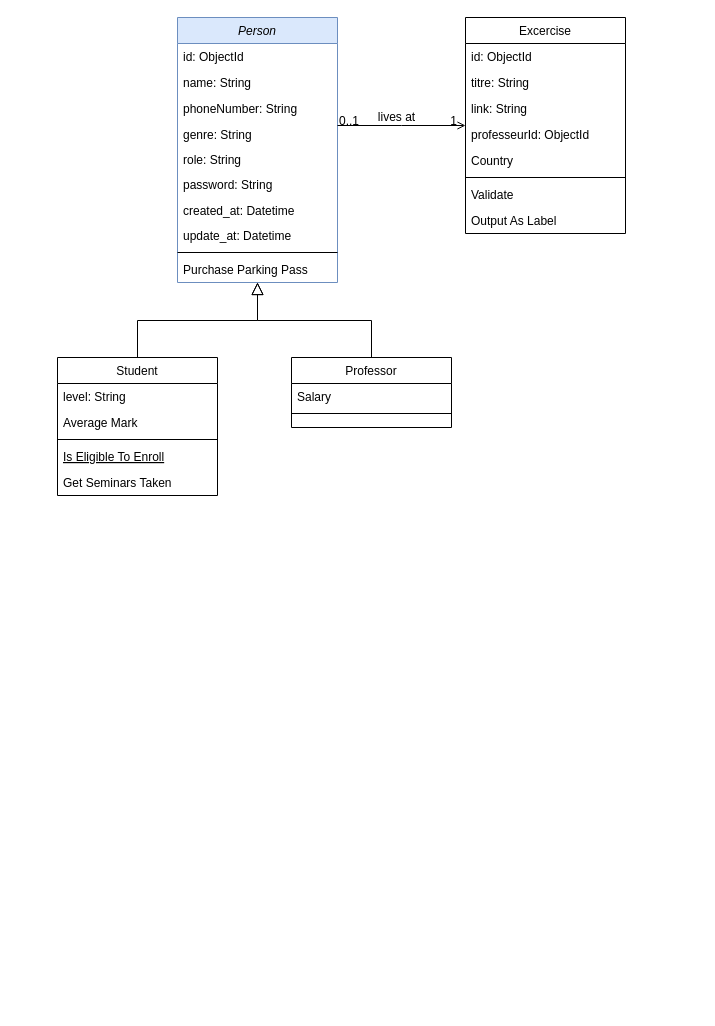
Earlier version of the draw.io diagram plateforme_de_correction(MI).drawio (SSDM2/ESP_DBEval). Source tidied: cells renumbered, new cells numbered last; positions are measured from the earlier drawing's top-left corner, leaving out a move shared by most shapes. Both pictures are drawn from the tidied source at 100%, with x=0, y=0 at pixel (57, 17).
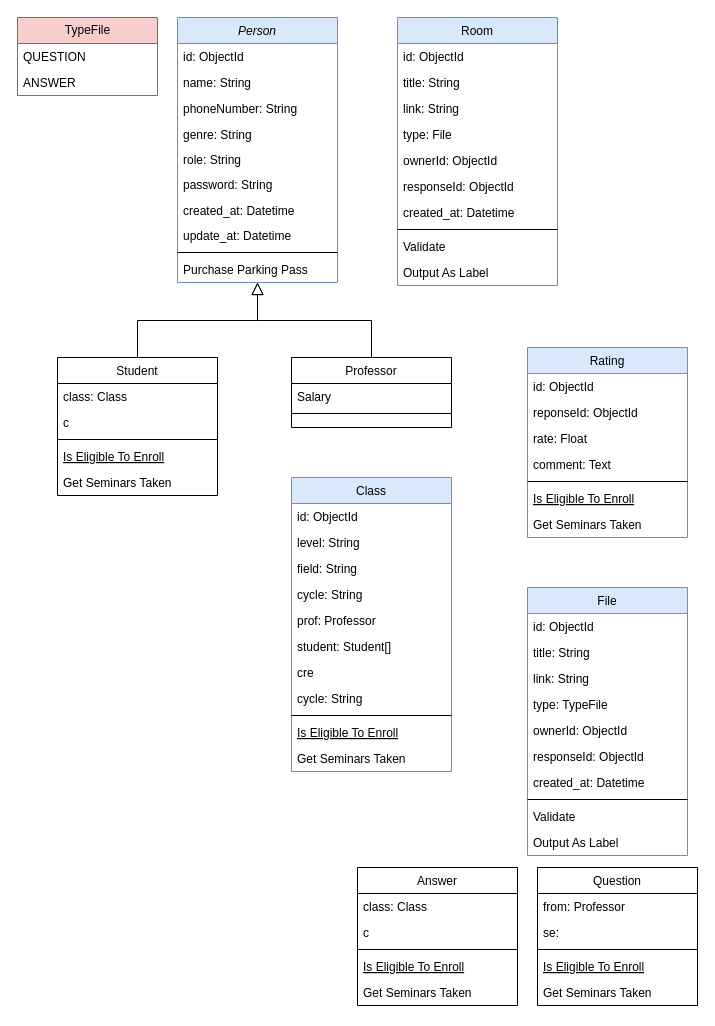
The same diagram, later.

Commit message:
Mettre à jour plateforme_de_correction(MI).drawio

Unchanged cells that the change refers to:
```xml
<mxCell id="2" value="Person" style="swimlane;fontStyle=2;align=center;verticalAlign=top;horizontal=1;startSize=26;rounded=0;shadow=0;strokeWidth=1;fillColor=#dae8fc;strokeColor=#6c8ebf;" parent="1" vertex="1">
  <mxGeometry x="120" width="160" height="265" as="geometry" />
</mxCell>
<mxCell id="13" value="Student" style="swimlane;fontStyle=0;align=center;verticalAlign=top;horizontal=1;startSize=26;rounded=0;shadow=0;strokeWidth=1;" parent="1" vertex="1">
  <mxGeometry y="340" width="160" height="138" as="geometry" />
</mxCell>
```

What changed in the source:
```diff
@@
-    <mxCell id="14" value="level: String" style="text;align=left;verticalAlign=top;spacingLeft=4;spacingRight=4;overflow=hidden;" parent="13" vertex="1">
+    <mxCell id="14" value="class: Class" style="text;align=left;verticalAlign=top;spacingLeft=4;spacingRight=4;overflow=hidden;" parent="13" vertex="1">
       <mxGeometry y="26" width="160" height="26" as="geometry" />
     </mxCell>
-    <mxCell id="15" value="Average Mark" style="text;align=left;verticalAlign=top;spacingLeft=4;spacingRight=4;overflow=hidden;rounded=0;shadow=0;html=0;" parent="13" vertex="1">
+    <mxCell id="15" value="c" style="text;align=left;verticalAlign=top;spacingLeft=4;spacingRight=4;overflow=hidden;rounded=0;shadow=0;html=0;" parent="13" vertex="1">
       <mxGeometry y="52" width="160" height="26" as="geometry" />
     </mxCell>
@@
-    <mxCell id="24" value="Excercise" style="swimlane;fontStyle=0;align=center;verticalAlign=top;horizontal=1;startSize=26;rounded=0;shadow=0;strokeWidth=1;" parent="1" vertex="1">
-      <mxGeometry x="408" width="160" height="216" as="geometry" />
+    <mxCell id="24" value="Room" style="swimlane;fontStyle=0;align=center;verticalAlign=top;horizontal=1;startSize=26;rounded=0;shadow=0;strokeWidth=1;fillColor=#dae8fc;strokeColor=#6c8ebf;" parent="1" vertex="1">
+      <mxGeometry x="340" width="160" height="268" as="geometry" />
     </mxCell>
@@
-    <mxCell id="26" value="titre: String" style="text;align=left;verticalAlign=top;spacingLeft=4;spacingRight=4;overflow=hidden;rounded=0;shadow=0;html=0;" parent="24" vertex="1">
+    <mxCell id="26" value="title: String" style="text;align=left;verticalAlign=top;spacingLeft=4;spacingRight=4;overflow=hidden;rounded=0;shadow=0;html=0;" parent="24" vertex="1">
       <mxGeometry y="52" width="160" height="26" as="geometry" />
     </mxCell>
@@
-    <mxCell id="28" value="professeurId: ObjectId" style="text;align=left;verticalAlign=top;spacingLeft=4;spacingRight=4;overflow=hidden;rounded=0;shadow=0;html=0;" parent="24" vertex="1">
+    <mxCell id="28" value="type: File" style="text;align=left;verticalAlign=top;spacingLeft=4;spacingRight=4;overflow=hidden;rounded=0;shadow=0;html=0;" parent="24" vertex="1">
       <mxGeometry y="104" width="160" height="26" as="geometry" />
     </mxCell>
+    <mxCell id="37" value="ownerId: ObjectId" style="text;align=left;verticalAlign=top;spacingLeft=4;spacingRight=4;overflow=hidden;rounded=0;shadow=0;html=0;" parent="24" vertex="1">
+      <mxGeometry y="130" width="160" height="26" as="geometry" />
+    </mxCell>
+    <mxCell id="38" value="responseId: ObjectId" style="text;align=left;verticalAlign=top;spacingLeft=4;spacingRight=4;overflow=hidden;rounded=0;shadow=0;html=0;" parent="24" vertex="1">
+      <mxGeometry y="156" width="160" height="26" as="geometry" />
+    </mxCell>
-    <mxCell id="29" value="Country" style="text;align=left;verticalAlign=top;spacingLeft=4;spacingRight=4;overflow=hidden;rounded=0;shadow=0;html=0;" parent="24" vertex="1">
-      <mxGeometry y="130" width="160" height="26" as="geometry" />
+    <mxCell id="29" value="created_at: Datetime" style="text;align=left;verticalAlign=top;spacingLeft=4;spacingRight=4;overflow=hidden;rounded=0;shadow=0;html=0;" parent="24" vertex="1">
+      <mxGeometry y="182" width="160" height="26" as="geometry" />
     </mxCell>
     <mxCell id="30" style="line;html=1;strokeWidth=1;align=left;verticalAlign=middle;spacingTop=-1;spacingLeft=3;spacingRight=3;labelPosition=right;" parent="24" vertex="1">
-      <mxGeometry y="156" width="160" height="8" as="geometry" />
+      <mxGeometry y="208" width="160" height="8" as="geometry" />
     </mxCell>
     <mxCell id="31" value="Validate" style="text;align=left;verticalAlign=top;spacingLeft=4;spacingRight=4;overflow=hidden;" parent="24" vertex="1">
-      <mxGeometry y="164" width="160" height="26" as="geometry" />
+      <mxGeometry y="216" width="160" height="26" as="geometry" />
     </mxCell>
     <mxCell id="32" value="Output As Label" style="text;align=left;verticalAlign=top;spacingLeft=4;spacingRight=4;overflow=hidden;" parent="24" vertex="1">
-      <mxGeometry y="190" width="160" height="26" as="geometry" />
+      <mxGeometry y="242" width="160" height="26" as="geometry" />
     </mxCell>
-    <mxCell id="33" style="endArrow=open;shadow=0;strokeWidth=1;rounded=0;curved=0;endFill=1;edgeStyle=elbowEdgeStyle;elbow=vertical;" parent="1" edge="1" source="2" target="24">
-      <mxGeometry x="0.5" y="41" relative="1" as="geometry">
-        <mxPoint x="-40" y="32" as="offset" />
-      </mxGeometry>
-    </mxCell>
-    <mxCell id="34" value="0..1" style="align=left;verticalAlign=bottom;labelBackgroundColor=none;fontSize=12;" parent="33" vertex="1">
-      <mxGeometry x="-1" relative="1" as="geometry">
-        <mxPoint y="4" as="offset" />
-      </mxGeometry>
-    </mxCell>
-    <mxCell id="35" value="1" style="align=right;verticalAlign=bottom;labelBackgroundColor=none;fontSize=12;" parent="33" vertex="1">
-      <mxGeometry x="1" relative="1" as="geometry">
-        <mxPoint x="-7" y="4" as="offset" />
-      </mxGeometry>
-    </mxCell>
-    <mxCell id="36" value="lives at" style="text;html=1;align=center;verticalAlign=middle;labelBackgroundColor=none;rounded=0;shadow=0;strokeWidth=1;fontSize=12;" parent="33" vertex="1">
-      <mxGeometry x="0.5" y="49" relative="1" as="geometry">
-        <mxPoint x="-38" y="40" as="offset" />
-      </mxGeometry>
-    </mxCell>
+    <mxCell id="39" value="TypeFile" style="swimlane;fontStyle=0;horizontal=1;startSize=26;fillColor=#f8cecc;html=1;strokeColor=#b85450;" parent="1" vertex="1">
+      <mxGeometry x="-40" width="140" height="78" as="geometry" />
+    </mxCell>
+    <mxCell id="40" value="QUESTION" style="text;strokeColor=none;fillColor=none;align=left;verticalAlign=top;spacingLeft=4;spacingRight=4;overflow=hidden;whiteSpace=wrap;html=1;" parent="39" vertex="1">
+      <mxGeometry y="26" width="140" height="26" as="geometry" />
+    </mxCell>
+    <mxCell id="41" value="ANSWER" style="text;strokeColor=none;fillColor=none;align=left;verticalAlign=top;spacingLeft=4;spacingRight=4;overflow=hidden;whiteSpace=wrap;html=1;" parent="39" vertex="1">
+      <mxGeometry y="52" width="140" height="26" as="geometry" />
+    </mxCell>
+    <mxCell id="42" value="Rating" style="swimlane;fontStyle=0;align=center;verticalAlign=top;horizontal=1;startSize=26;rounded=0;shadow=0;strokeWidth=1;fillColor=#dae8fc;strokeColor=#6c8ebf;" parent="1" vertex="1">
+      <mxGeometry x="470" y="330" width="160" height="190" as="geometry" />
+    </mxCell>
+    <mxCell id="43" value="id: ObjectId" style="text;align=left;verticalAlign=top;spacingLeft=4;spacingRight=4;overflow=hidden;" parent="42" vertex="1">
+      <mxGeometry y="26" width="160" height="26" as="geometry" />
+    </mxCell>
+    <mxCell id="44" value="reponseId: ObjectId" style="text;align=left;verticalAlign=top;spacingLeft=4;spacingRight=4;overflow=hidden;rounded=0;shadow=0;html=0;" parent="42" vertex="1">
+      <mxGeometry y="52" width="160" height="26" as="geometry" />
+    </mxCell>
+    <mxCell id="45" value="rate: Float" style="text;align=left;verticalAlign=top;spacingLeft=4;spacingRight=4;overflow=hidden;" parent="42" vertex="1">
+      <mxGeometry y="78" width="160" height="26" as="geometry" />
+    </mxCell>
+    <mxCell id="46" value="comment: Text" style="text;align=left;verticalAlign=top;spacingLeft=4;spacingRight=4;overflow=hidden;rounded=0;shadow=0;html=0;" parent="42" vertex="1">
+      <mxGeometry y="104" width="160" height="26" as="geometry" />
+    </mxCell>
+    <mxCell id="47" style="line;html=1;strokeWidth=1;align=left;verticalAlign=middle;spacingTop=-1;spacingLeft=3;spacingRight=3;labelPosition=right;" parent="42" vertex="1">
+      <mxGeometry y="130" width="160" height="8" as="geometry" />
+    </mxCell>
+    <mxCell id="48" value="Is Eligible To Enroll" style="text;align=left;verticalAlign=top;spacingLeft=4;spacingRight=4;overflow=hidden;fontStyle=4;" parent="42" vertex="1">
+      <mxGeometry y="138" width="160" height="26" as="geometry" />
+    </mxCell>
+    <mxCell id="49" value="Get Seminars Taken" style="text;align=left;verticalAlign=top;spacingLeft=4;spacingRight=4;overflow=hidden;" parent="42" vertex="1">
+      <mxGeometry y="164" width="160" height="26" as="geometry" />
+    </mxCell>
+    <mxCell id="50" value="Class" style="swimlane;fontStyle=0;align=center;verticalAlign=top;horizontal=1;startSize=26;rounded=0;shadow=0;strokeWidth=1;fillColor=#dae8fc;strokeColor=#6c8ebf;" parent="1" vertex="1">
+      <mxGeometry x="234" y="460" width="160" height="294" as="geometry" />
+    </mxCell>
+    <mxCell id="51" value="id: ObjectId" style="text;align=left;verticalAlign=top;spacingLeft=4;spacingRight=4;overflow=hidden;" parent="50" vertex="1">
+      <mxGeometry y="26" width="160" height="26" as="geometry" />
+    </mxCell>
+    <mxCell id="52" value="level: String" style="text;align=left;verticalAlign=top;spacingLeft=4;spacingRight=4;overflow=hidden;" parent="50" vertex="1">
+      <mxGeometry y="52" width="160" height="26" as="geometry" />
+    </mxCell>
+    <mxCell id="53" value="field: String" style="text;align=left;verticalAlign=top;spacingLeft=4;spacingRight=4;overflow=hidden;" parent="50" vertex="1">
+      <mxGeometry y="78" width="160" height="26" as="geometry" />
+    </mxCell>
+    <mxCell id="54" value="cycle: String" style="text;align=left;verticalAlign=top;spacingLeft=4;spacingRight=4;overflow=hidden;rounded=0;shadow=0;html=0;" parent="50" vertex="1">
+      <mxGeometry y="104" width="160" height="26" as="geometry" />
+    </mxCell>
+    <mxCell id="55" value="prof: Professor" style="text;align=left;verticalAlign=top;spacingLeft=4;spacingRight=4;overflow=hidden;" parent="50" vertex="1">
+      <mxGeometry y="130" width="160" height="26" as="geometry" />
+    </mxCell>
+    <mxCell id="56" value="student: Student[]" style="text;align=left;verticalAlign=top;spacingLeft=4;spacingRight=4;overflow=hidden;" parent="50" vertex="1">
+      <mxGeometry y="156" width="160" height="26" as="geometry" />
+    </mxCell>
+    <mxCell id="57" value="cre" style="text;align=left;verticalAlign=top;spacingLeft=4;spacingRight=4;overflow=hidden;" parent="50" vertex="1">
+      <mxGeometry y="182" width="160" height="26" as="geometry" />
+    </mxCell>
+    <mxCell id="58" value="cycle: String" style="text;align=left;verticalAlign=top;spacingLeft=4;spacingRight=4;overflow=hidden;rounded=0;shadow=0;html=0;" parent="50" vertex="1">
+      <mxGeometry y="208" width="160" height="26" as="geometry" />
+    </mxCell>
+    <mxCell id="59" style="line;html=1;strokeWidth=1;align=left;verticalAlign=middle;spacingTop=-1;spacingLeft=3;spacingRight=3;labelPosition=right;" parent="50" vertex="1">
+      <mxGeometry y="234" width="160" height="8" as="geometry" />
+    </mxCell>
+    <mxCell id="60" value="Is Eligible To Enroll" style="text;align=left;verticalAlign=top;spacingLeft=4;spacingRight=4;overflow=hidden;fontStyle=4;" parent="50" vertex="1">
+      <mxGeometry y="242" width="160" height="26" as="geometry" />
+    </mxCell>
+    <mxCell id="61" value="Get Seminars Taken" style="text;align=left;verticalAlign=top;spacingLeft=4;spacingRight=4;overflow=hidden;" parent="50" vertex="1">
+      <mxGeometry y="268" width="160" height="26" as="geometry" />
+    </mxCell>
+    <mxCell id="62" value="File" style="swimlane;fontStyle=0;align=center;verticalAlign=top;horizontal=1;startSize=26;rounded=0;shadow=0;strokeWidth=1;fillColor=#dae8fc;strokeColor=#6c8ebf;" parent="1" vertex="1">
+      <mxGeometry x="470" y="570" width="160" height="268" as="geometry" />
+    </mxCell>
+    <mxCell id="63" value="id: ObjectId" style="text;align=left;verticalAlign=top;spacingLeft=4;spacingRight=4;overflow=hidden;" parent="62" vertex="1">
+      <mxGeometry y="26" width="160" height="26" as="geometry" />
+    </mxCell>
+    <mxCell id="64" value="title: String" style="text;align=left;verticalAlign=top;spacingLeft=4;spacingRight=4;overflow=hidden;rounded=0;shadow=0;html=0;" parent="62" vertex="1">
+      <mxGeometry y="52" width="160" height="26" as="geometry" />
+    </mxCell>
+    <mxCell id="65" value="link: String" style="text;align=left;verticalAlign=top;spacingLeft=4;spacingRight=4;overflow=hidden;rounded=0;shadow=0;html=0;" parent="62" vertex="1">
+      <mxGeometry y="78" width="160" height="26" as="geometry" />
+    </mxCell>
+    <mxCell id="66" value="type: TypeFile" style="text;align=left;verticalAlign=top;spacingLeft=4;spacingRight=4;overflow=hidden;rounded=0;shadow=0;html=0;" parent="62" vertex="1">
+      <mxGeometry y="104" width="160" height="26" as="geometry" />
+    </mxCell>
+    <mxCell id="67" value="ownerId: ObjectId" style="text;align=left;verticalAlign=top;spacingLeft=4;spacingRight=4;overflow=hidden;rounded=0;shadow=0;html=0;" parent="62" vertex="1">
+      <mxGeometry y="130" width="160" height="26" as="geometry" />
+    </mxCell>
+    <mxCell id="68" value="responseId: ObjectId" style="text;align=left;verticalAlign=top;spacingLeft=4;spacingRight=4;overflow=hidden;rounded=0;shadow=0;html=0;" parent="62" vertex="1">
+      <mxGeometry y="156" width="160" height="26" as="geometry" />
+    </mxCell>
+    <mxCell id="69" value="created_at: Datetime" style="text;align=left;verticalAlign=top;spacingLeft=4;spacingRight=4;overflow=hidden;rounded=0;shadow=0;html=0;" parent="62" vertex="1">
+      <mxGeometry y="182" width="160" height="26" as="geometry" />
+    </mxCell>
+    <mxCell id="70" style="line;html=1;strokeWidth=1;align=left;verticalAlign=middle;spacingTop=-1;spacingLeft=3;spacingRight=3;labelPosition=right;" parent="62" vertex="1">
+      <mxGeometry y="208" width="160" height="8" as="geometry" />
+    </mxCell>
+    <mxCell id="71" value="Validate" style="text;align=left;verticalAlign=top;spacingLeft=4;spacingRight=4;overflow=hidden;" parent="62" vertex="1">
+      <mxGeometry y="216" width="160" height="26" as="geometry" />
+    </mxCell>
+    <mxCell id="72" value="Output As Label" style="text;align=left;verticalAlign=top;spacingLeft=4;spacingRight=4;overflow=hidden;" parent="62" vertex="1">
+      <mxGeometry y="242" width="160" height="26" as="geometry" />
+    </mxCell>
+    <mxCell id="73" value="Answer" style="swimlane;fontStyle=0;align=center;verticalAlign=top;horizontal=1;startSize=26;rounded=0;shadow=0;strokeWidth=1;" parent="1" vertex="1">
+      <mxGeometry x="300" y="850" width="160" height="138" as="geometry" />
+    </mxCell>
+    <mxCell id="74" value="class: Class" style="text;align=left;verticalAlign=top;spacingLeft=4;spacingRight=4;overflow=hidden;" parent="73" vertex="1">
+      <mxGeometry y="26" width="160" height="26" as="geometry" />
+    </mxCell>
+    <mxCell id="75" value="c" style="text;align=left;verticalAlign=top;spacingLeft=4;spacingRight=4;overflow=hidden;rounded=0;shadow=0;html=0;" parent="73" vertex="1">
+      <mxGeometry y="52" width="160" height="26" as="geometry" />
+    </mxCell>
+    <mxCell id="76" style="line;html=1;strokeWidth=1;align=left;verticalAlign=middle;spacingTop=-1;spacingLeft=3;spacingRight=3;labelPosition=right;" parent="73" vertex="1">
+      <mxGeometry y="78" width="160" height="8" as="geometry" />
+    </mxCell>
+    <mxCell id="77" value="Is Eligible To Enroll" style="text;align=left;verticalAlign=top;spacingLeft=4;spacingRight=4;overflow=hidden;fontStyle=4;" parent="73" vertex="1">
+      <mxGeometry y="86" width="160" height="26" as="geometry" />
+    </mxCell>
+    <mxCell id="78" value="Get Seminars Taken" style="text;align=left;verticalAlign=top;spacingLeft=4;spacingRight=4;overflow=hidden;" parent="73" vertex="1">
+      <mxGeometry y="112" width="160" height="26" as="geometry" />
+    </mxCell>
+    <mxCell id="79" value="Question" style="swimlane;fontStyle=0;align=center;verticalAlign=top;horizontal=1;startSize=26;rounded=0;shadow=0;strokeWidth=1;" parent="1" vertex="1">
+      <mxGeometry x="480" y="850" width="160" height="138" as="geometry" />
+    </mxCell>
+    <mxCell id="80" value="from: Professor" style="text;align=left;verticalAlign=top;spacingLeft=4;spacingRight=4;overflow=hidden;" parent="79" vertex="1">
+      <mxGeometry y="26" width="160" height="26" as="geometry" />
+    </mxCell>
+    <mxCell id="81" value="se: " style="text;align=left;verticalAlign=top;spacingLeft=4;spacingRight=4;overflow=hidden;rounded=0;shadow=0;html=0;" parent="79" vertex="1">
+      <mxGeometry y="52" width="160" height="26" as="geometry" />
+    </mxCell>
+    <mxCell id="82" style="line;html=1;strokeWidth=1;align=left;verticalAlign=middle;spacingTop=-1;spacingLeft=3;spacingRight=3;labelPosition=right;" parent="79" vertex="1">
+      <mxGeometry y="78" width="160" height="8" as="geometry" />
+    </mxCell>
+    <mxCell id="83" value="Is Eligible To Enroll" style="text;align=left;verticalAlign=top;spacingLeft=4;spacingRight=4;overflow=hidden;fontStyle=4;" parent="79" vertex="1">
+      <mxGeometry y="86" width="160" height="26" as="geometry" />
+    </mxCell>
+    <mxCell id="84" value="Get Seminars Taken" style="text;align=left;verticalAlign=top;spacingLeft=4;spacingRight=4;overflow=hidden;" parent="79" vertex="1">
+      <mxGeometry y="112" width="160" height="26" as="geometry" />
+    </mxCell>
```
